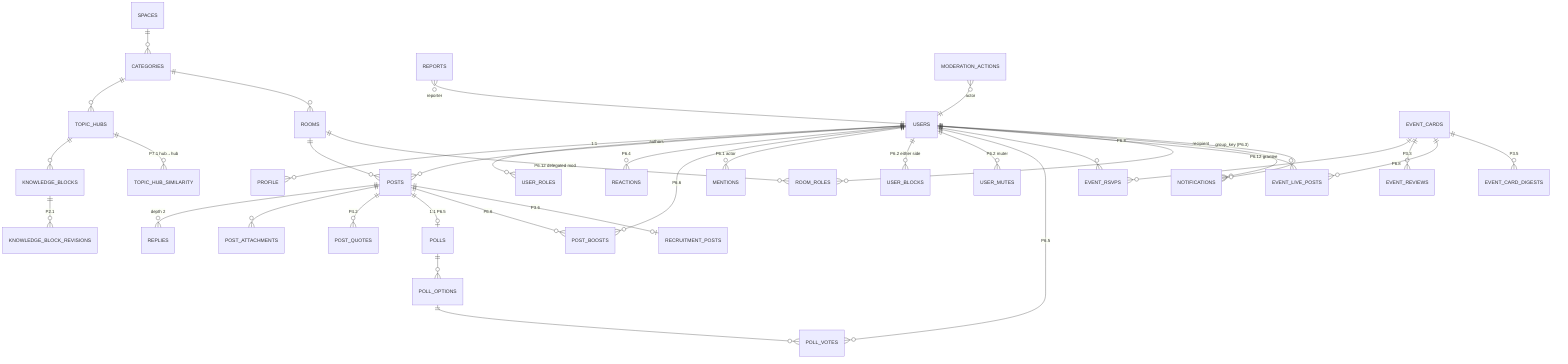
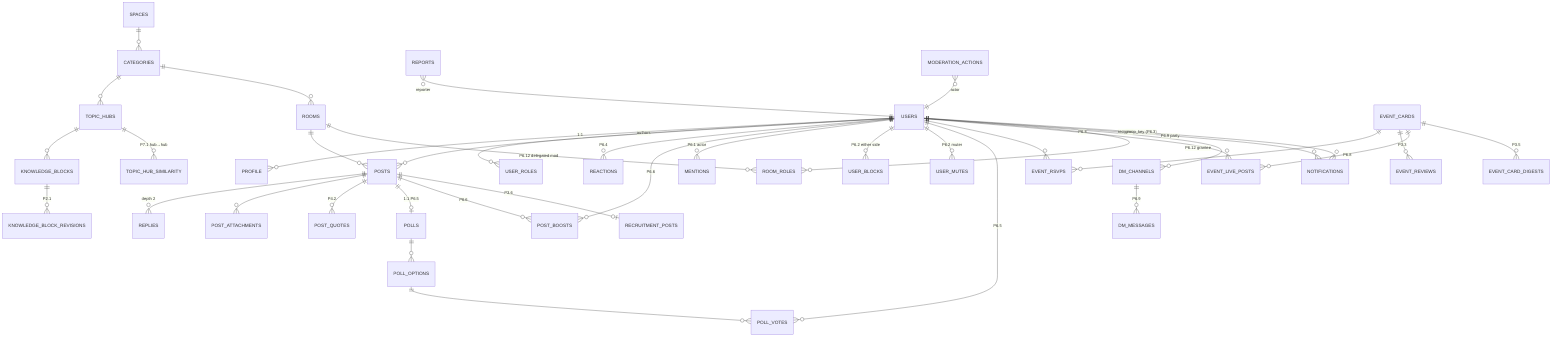
erDiagram
    USERS ||--o{ PROFILE : "1:1"
    USERS ||--o{ USER_ROLES : ""
    USERS ||--o{ POSTS : authors
    USERS ||--o{ REACTIONS : "P6.4"
    USERS ||--o{ POST_BOOSTS : "P6.6"
    USERS ||--o{ MENTIONS : "P6.1 actor"
    USERS ||--o{ USER_BLOCKS : "P6.2 either side"
    USERS ||--o{ USER_MUTES : "P6.2 muter"
    USERS ||--o{ POLL_VOTES : "P6.5"
    USERS ||--o{ EVENT_RSVPS : ""
    USERS ||--o{ EVENT_LIVE_POSTS : "P6.8"
    USERS ||--o{ ROOM_ROLES : "P6.12 grantee"
+     USERS ||--o{ DM_CHANNELS : "P6.9 party"
    USERS ||--o{ NOTIFICATIONS : "recipient"

    SPACES ||--o{ CATEGORIES : ""
    CATEGORIES ||--o{ TOPIC_HUBS : ""
    CATEGORIES ||--o{ ROOMS : ""
    TOPIC_HUBS ||--o{ KNOWLEDGE_BLOCKS : ""
    TOPIC_HUBS ||--o{ TOPIC_HUB_SIMILARITY : "P7.1 hub→hub"
    KNOWLEDGE_BLOCKS ||--o{ KNOWLEDGE_BLOCK_REVISIONS : "P2.1"

    ROOMS ||--o{ POSTS : ""
    ROOMS ||--o{ ROOM_ROLES : "P6.12 delegated mod"
    POSTS ||--o{ REPLIES : "depth 2"
    POSTS ||--o{ POST_ATTACHMENTS : ""
    POSTS ||--o{ POST_QUOTES : "P4.2"
    POSTS ||--o| POLLS : "1:1 P6.5"
    POSTS ||--o{ POST_BOOSTS : "P6.6"
    POSTS ||--o| RECRUITMENT_POSTS : "P3.6"

    POLLS ||--o{ POLL_OPTIONS : ""
    POLL_OPTIONS ||--o{ POLL_VOTES : ""

    EVENT_CARDS ||--o{ EVENT_RSVPS : ""
    EVENT_CARDS ||--o{ EVENT_REVIEWS : "P3.3"
    EVENT_CARDS ||--o{ EVENT_LIVE_POSTS : "P6.8"
    EVENT_CARDS ||--o{ EVENT_CARD_DIGESTS : "P3.5"

    NOTIFICATIONS }o--|| USERS : "group_key (P6.3)"
    REPORTS }o--|| USERS : "reporter"
    MODERATION_ACTIONS }o--|| USERS : "actor"
+     DM_CHANNELS ||--o{ DM_MESSAGES : "P6.9"
